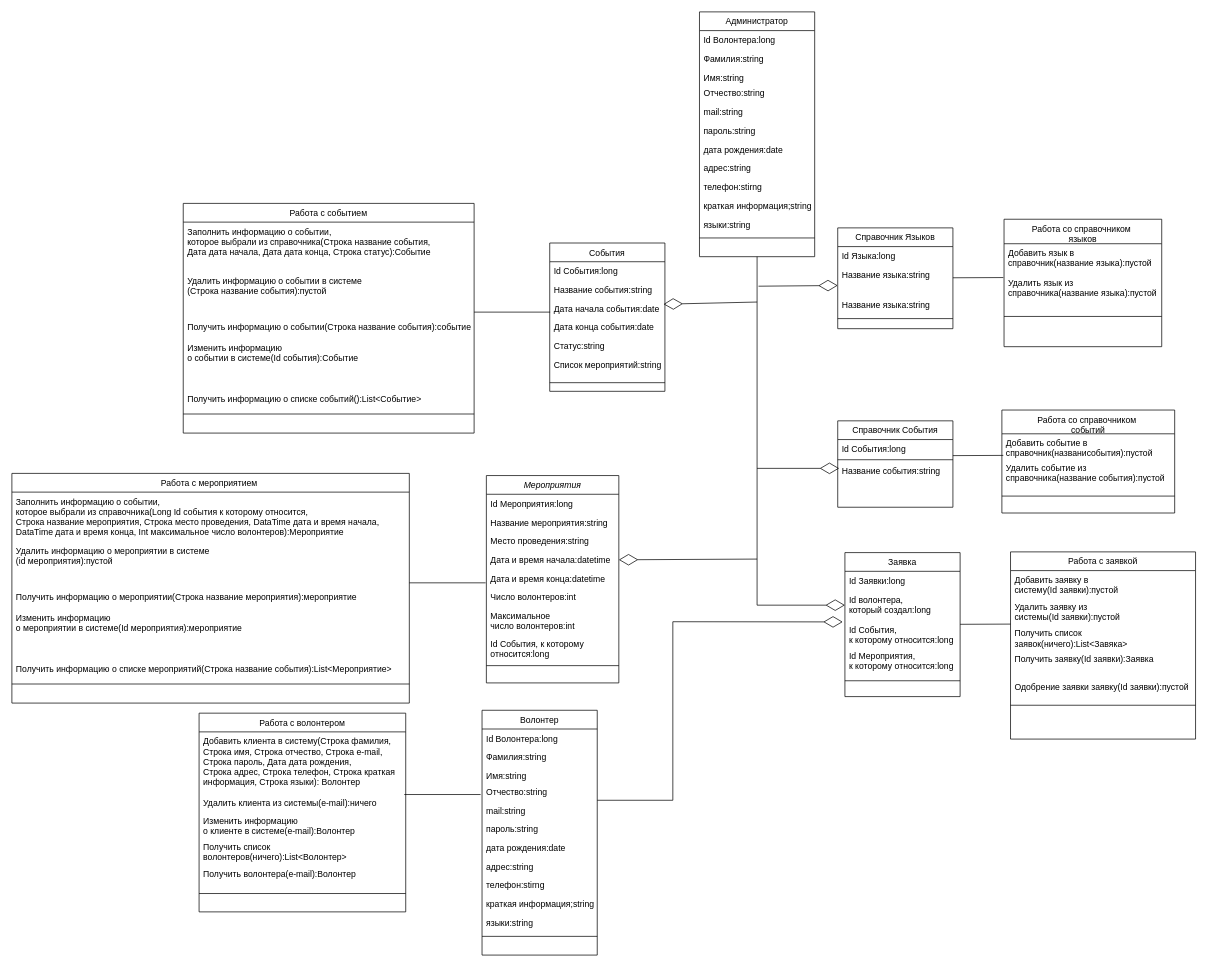
The draw.io diagram dclass.drawio in Alexander-Bankov/draw, before the edit. Source tidied: cells renumbered, new cells numbered last; positions are measured from the earlier drawing's top-left corner, leaving out a move shared by most shapes. Both pictures are drawn from the tidied source at 72%, with x=0, y=0 at pixel (12, 12).
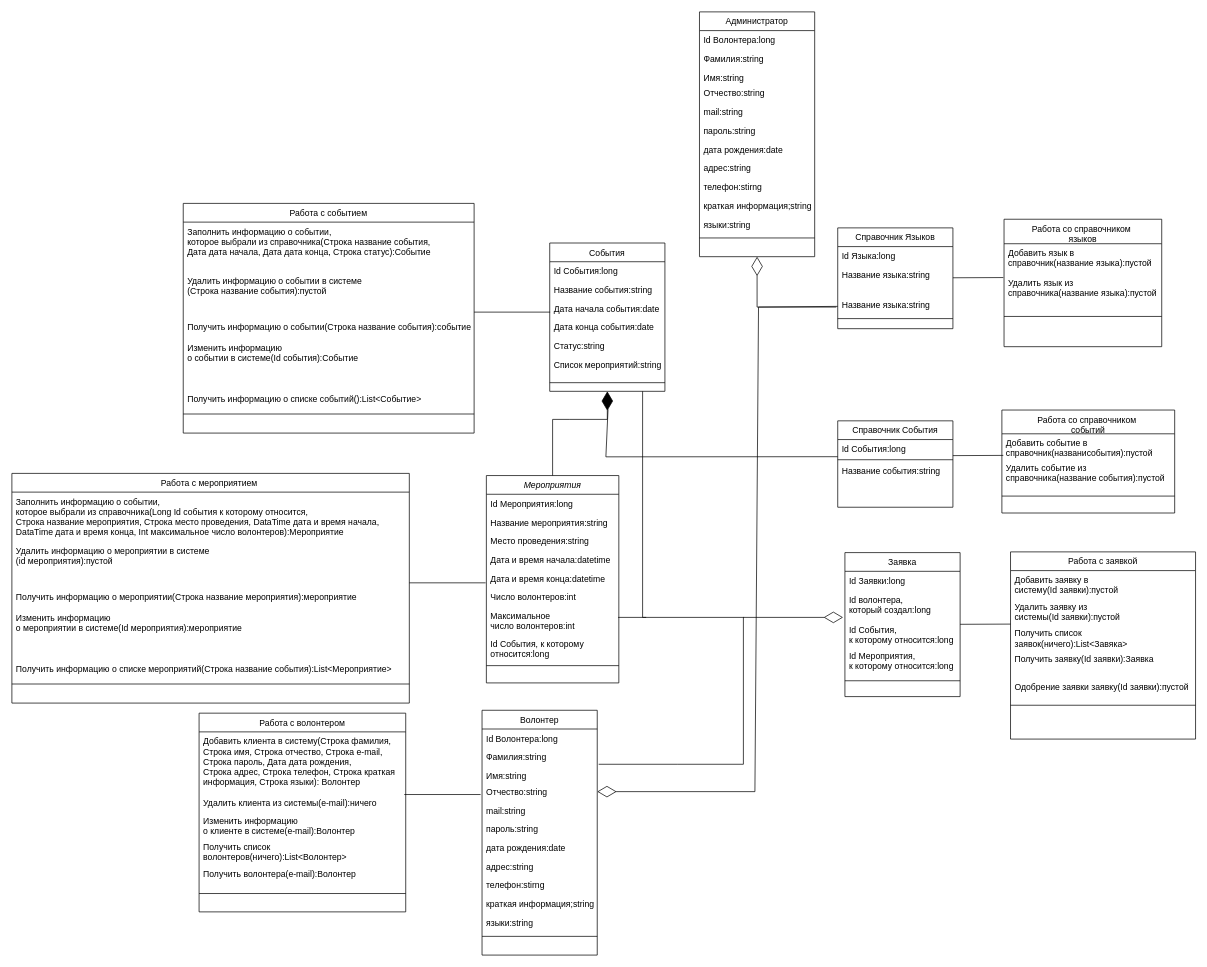
The same diagram, later.

Unchanged cells that the change refers to:
```xml
<mxCell id="2" value="Мероприятия" style="swimlane;fontStyle=2;align=center;verticalAlign=top;horizontal=1;startSize=26;rounded=0;shadow=0;strokeWidth=1;" parent="1" vertex="1">
  <mxGeometry x="659" y="644" width="184" height="288" as="geometry" />
</mxCell>
<mxCell id="6" value="Дата и время начала:datetime" style="text;align=left;verticalAlign=top;spacingLeft=4;spacingRight=4;overflow=hidden;points=[[0,0.5],[1,0.5]];portConstraint=eastwest;rounded=0;shadow=0;html=0;" parent="2" vertex="1">
  <mxGeometry y="104" width="184" height="26" as="geometry" />
</mxCell>
<mxCell id="14" value="Id волонтера, &#10;который создал:long" style="text;align=left;verticalAlign=top;spacingLeft=4;spacingRight=4;overflow=hidden;points=[[0,0.5],[1,0.5]];portConstraint=eastwest;rounded=0;shadow=0;html=0;" parent="12" vertex="1">
  <mxGeometry y="52" width="160" height="42" as="geometry" />
</mxCell>
<mxCell id="15" value="Id События, &#10;к которому относится:long" style="text;align=left;verticalAlign=top;spacingLeft=4;spacingRight=4;overflow=hidden;points=[[0,0.5],[1,0.5]];portConstraint=eastwest;" parent="12" vertex="1">
  <mxGeometry y="94" width="160" height="36" as="geometry" />
</mxCell>
<mxCell id="22" value="Отчество:string" style="text;align=left;verticalAlign=top;spacingLeft=4;spacingRight=4;overflow=hidden;points=[[0,0.5],[1,0.5]];portConstraint=eastwest;" parent="18" vertex="1">
  <mxGeometry y="100" width="160" height="26" as="geometry" />
</mxCell>
<mxCell id="31" value="События" style="swimlane;fontStyle=0;align=center;verticalAlign=top;horizontal=1;startSize=26;rounded=0;shadow=0;strokeWidth=1;" parent="1" vertex="1">
  <mxGeometry x="747" y="321" width="160" height="206" as="geometry" />
</mxCell>
<mxCell id="34" value="Дата начала события:date" style="text;align=left;verticalAlign=top;spacingLeft=4;spacingRight=4;overflow=hidden;points=[[0,0.5],[1,0.5]];portConstraint=eastwest;rounded=0;shadow=0;html=0;" parent="31" vertex="1">
  <mxGeometry y="78" width="160" height="26" as="geometry" />
</mxCell>
<mxCell id="44" value="Название языка:string" style="text;align=left;verticalAlign=top;spacingLeft=4;spacingRight=4;overflow=hidden;points=[[0,0.5],[1,0.5]];portConstraint=eastwest;rounded=0;shadow=0;html=0;" parent="42" vertex="1">
  <mxGeometry y="52" width="160" height="42" as="geometry" />
</mxCell>
<mxCell id="45" value="Название языка:string" style="text;align=left;verticalAlign=top;spacingLeft=4;spacingRight=4;overflow=hidden;points=[[0,0.5],[1,0.5]];portConstraint=eastwest;rounded=0;shadow=0;html=0;" parent="42" vertex="1">
  <mxGeometry y="94" width="160" height="30" as="geometry" />
</mxCell>
<mxCell id="83" value="Администратор" style="swimlane;fontStyle=0;align=center;verticalAlign=top;horizontal=1;startSize=26;rounded=0;shadow=0;strokeWidth=1;" parent="1" vertex="1">
  <mxGeometry x="955" width="160" height="340" as="geometry" />
</mxCell>
```

Change to the diagram source:
```diff
@@
-    <mxCell id="102" style="endArrow=diamondThin;endFill=0;endSize=24;html=1;rounded=0;" parent="1" edge="1">
-      <mxGeometry relative="1" as="geometry">
-        <mxPoint x="1035" y="634" as="sourcePoint" />
-        <mxPoint x="1149" y="634" as="targetPoint" />
-      </mxGeometry>
-    </mxCell>
@@
-    <mxCell id="104" style="endArrow=diamondThin;endFill=0;endSize=24;html=1;rounded=0;entryX=-0.019;entryY=0.063;entryDx=0;entryDy=0;entryPerimeter=0;" parent="1" edge="1" target="15">
-      <mxGeometry relative="1" as="geometry">
-        <mxPoint x="813" y="1095" as="sourcePoint" />
-        <Array as="points">
-          <mxPoint x="918" y="1095" />
-          <mxPoint x="918" y="847" />
-        </Array>
-      </mxGeometry>
-    </mxCell>
-    <mxCell id="105" style="endArrow=diamondThin;endFill=0;endSize=24;html=1;rounded=0;exitX=0.5;exitY=1;exitDx=0;exitDy=0;entryX=0;entryY=0.5;entryDx=0;entryDy=0;" parent="1" edge="1" source="83" target="14">
-      <mxGeometry relative="1" as="geometry">
-        <Array as="points">
-          <mxPoint x="1035" y="824" />
-        </Array>
-      </mxGeometry>
-    </mxCell>
-    <mxCell id="106" style="endArrow=diamondThin;endFill=0;endSize=24;html=1;rounded=0;entryX=1;entryY=0.5;entryDx=0;entryDy=0;" parent="1" edge="1" target="6">
-      <mxGeometry relative="1" as="geometry">
-        <mxPoint x="1035" y="760" as="sourcePoint" />
-      </mxGeometry>
-    </mxCell>
-    <mxCell id="107" style="endArrow=diamondThin;endFill=0;endSize=24;html=1;rounded=0;entryX=0.988;entryY=0.269;entryDx=0;entryDy=0;entryPerimeter=0;" parent="1" edge="1" target="34">
-      <mxGeometry relative="1" as="geometry">
-        <mxPoint x="1035" y="403" as="sourcePoint" />
-      </mxGeometry>
-    </mxCell>
-    <mxCell id="108" style="endArrow=diamondThin;endFill=0;endSize=24;html=1;rounded=0;entryX=0;entryY=0.667;entryDx=0;entryDy=0;entryPerimeter=0;" parent="1" edge="1" target="44">
-      <mxGeometry relative="1" as="geometry">
-        <mxPoint x="1037" y="381" as="sourcePoint" />
-      </mxGeometry>
-    </mxCell>
+    <mxCell id="109" style="endArrow=diamondThin;endFill=1;endSize=24;html=1;rounded=0;entryX=0.5;entryY=1;entryDx=0;entryDy=0;exitX=0.5;exitY=0;exitDx=0;exitDy=0;" parent="1" edge="1" source="2" target="31">
+      <mxGeometry relative="1" as="geometry">
+        <Array as="points">
+          <mxPoint x="751" y="566" />
+          <mxPoint x="775" y="566" />
+          <mxPoint x="827" y="566" />
+        </Array>
+      </mxGeometry>
+    </mxCell>
+    <mxCell id="110" style="endArrow=none;endFill=0;endSize=24;html=1;rounded=0;exitX=-0.023;exitY=-0.101;exitDx=0;exitDy=0;exitPerimeter=0;" parent="1" edge="1">
+      <mxGeometry relative="1" as="geometry">
+        <mxPoint x="1147" y="617.8" as="sourcePoint" />
+        <mxPoint x="828" y="552" as="targetPoint" />
+        <Array as="points">
+          <mxPoint x="825" y="618" />
+        </Array>
+      </mxGeometry>
+    </mxCell>
+    <mxCell id="111" style="endArrow=diamondThin;endFill=0;endSize=24;html=1;rounded=0;entryX=-0.016;entryY=-0.111;entryDx=0;entryDy=0;entryPerimeter=0;" parent="1" edge="1" target="15">
+      <mxGeometry relative="1" as="geometry">
+        <mxPoint x="815" y="1045" as="sourcePoint" />
+        <Array as="points">
+          <mxPoint x="925" y="1045" />
+          <mxPoint x="1016" y="1045" />
+          <mxPoint x="1016" y="841" />
+        </Array>
+      </mxGeometry>
+    </mxCell>
+    <mxCell id="112" style="endArrow=none;html=1;rounded=0;" parent="1" edge="1">
+      <mxGeometry relative="1" as="geometry">
+        <mxPoint x="1017" y="841" as="sourcePoint" />
+        <mxPoint x="876" y="527" as="targetPoint" />
+        <Array as="points">
+          <mxPoint x="876" y="841" />
+        </Array>
+      </mxGeometry>
+    </mxCell>
+    <mxCell id="113" style="endArrow=none;html=1;rounded=0;" parent="1" edge="1">
+      <mxGeometry relative="1" as="geometry">
+        <mxPoint x="842" y="841" as="sourcePoint" />
+        <mxPoint x="881" y="841" as="targetPoint" />
+      </mxGeometry>
+    </mxCell>
+    <mxCell id="114" style="endArrow=diamondThin;endFill=0;endSize=24;html=1;rounded=0;exitX=0;exitY=0.5;exitDx=0;exitDy=0;entryX=0.5;entryY=1;entryDx=0;entryDy=0;" parent="1" edge="1" source="45" target="83">
+      <mxGeometry relative="1" as="geometry">
+        <Array as="points">
+          <mxPoint x="1035" y="410" />
+        </Array>
+      </mxGeometry>
+    </mxCell>
+    <mxCell id="115" style="endArrow=diamondThin;endFill=0;endSize=24;html=1;rounded=0;entryX=1;entryY=0.5;entryDx=0;entryDy=0;" parent="1" edge="1" target="22">
+      <mxGeometry relative="1" as="geometry">
+        <mxPoint x="1145" y="410" as="sourcePoint" />
+        <Array as="points">
+          <mxPoint x="1037" y="410" />
+          <mxPoint x="1032" y="1083" />
+        </Array>
+      </mxGeometry>
+    </mxCell>
```
